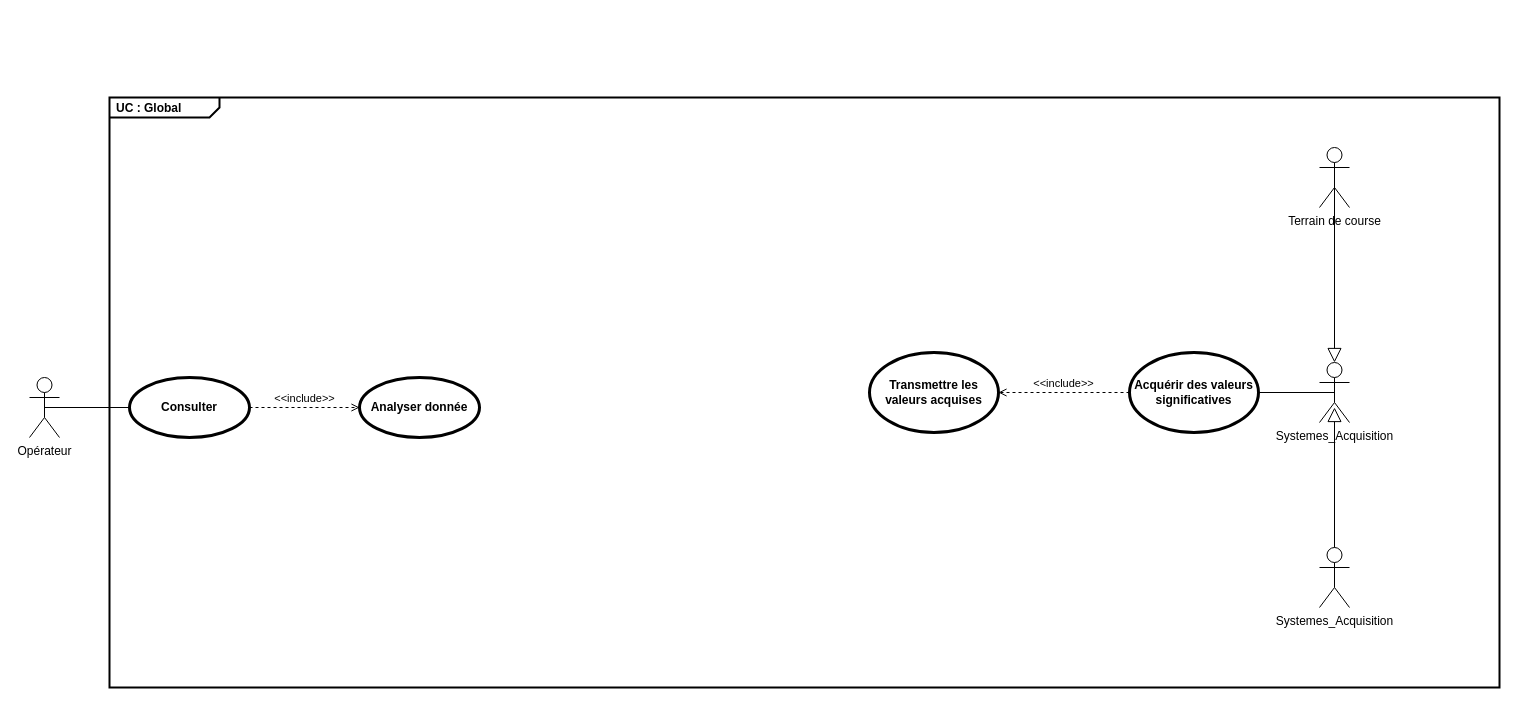
The draw.io diagram SYSML/UseCase/D-UC_General-F1.drawio in ToGen49/Hippodrome, before the edit. Source tidied: cells renumbered, new cells numbered last; positions are measured from the earlier drawing's top-left corner, leaving out a move shared by most shapes. Both pictures are drawn from the tidied source at 100%, with x=0, y=0 at pixel (29, 97).
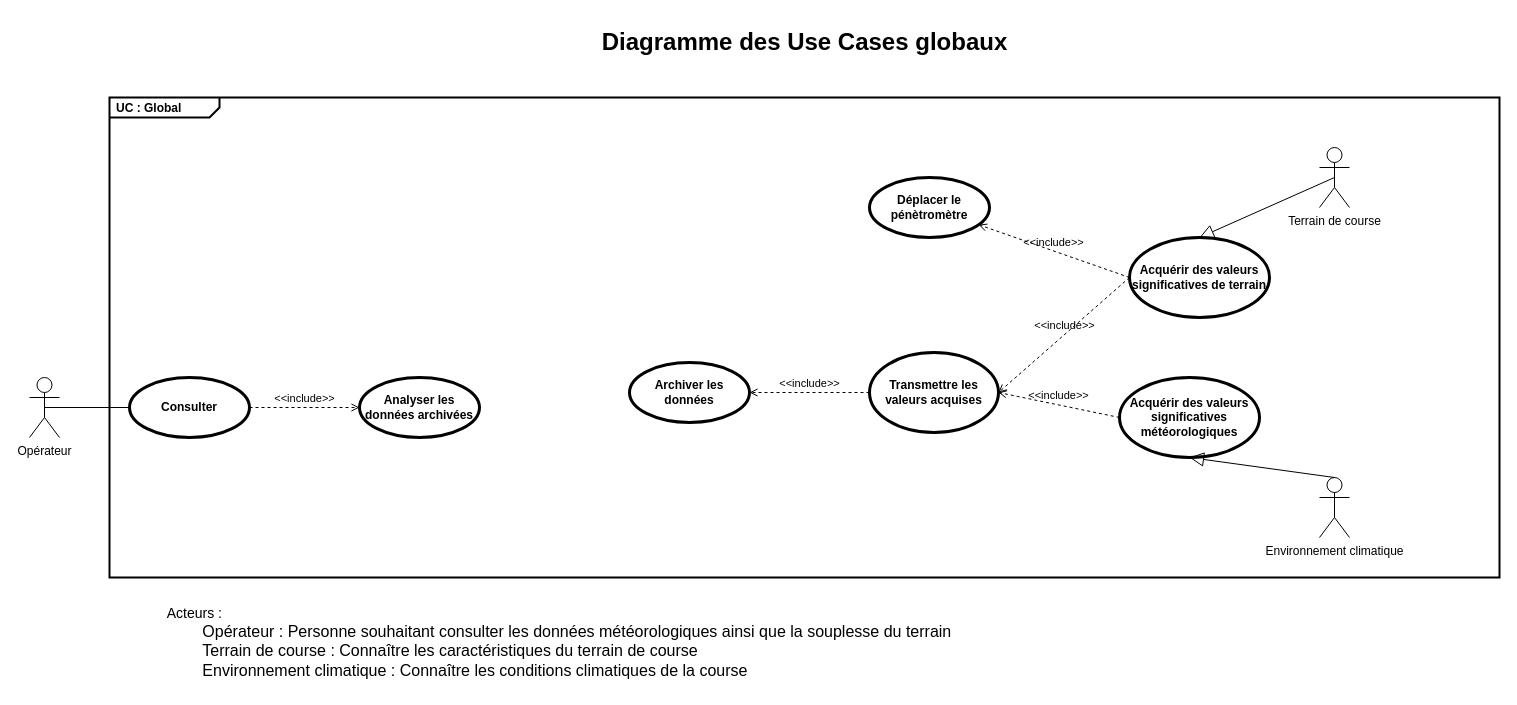
Above is the later version.

Commit message (it also covers changes not shown here):
Mettre à jour D-UC_General-F1.drawio

Unchanged cells that the change refers to:
```xml
<mxCell id="11" value="Terrain de course" style="shape=umlActor;html=1;verticalLabelPosition=bottom;verticalAlign=top;align=center;" parent="1" vertex="1">
  <mxGeometry x="1290" y="50" width="30" height="60" as="geometry" />
</mxCell>
<mxCell id="15" value="Transmettre les valeurs acquises" style="shape=ellipse;html=1;strokeWidth=3;fontStyle=1;whiteSpace=wrap;align=center;perimeter=ellipsePerimeter;" parent="1" vertex="1">
  <mxGeometry x="840" y="255" width="129" height="80" as="geometry" />
</mxCell>
```

The edit, as a diff of the source:
```diff
@@
     <mxCell id="2" value="&lt;p style=&quot;margin:0px;margin-top:4px;margin-left:7px;text-align:left;&quot;&gt;&lt;b&gt;UC : Global&lt;/b&gt;&lt;/p&gt;" style="html=1;shape=mxgraph.sysml.package;overflow=fill;labelX=110;strokeWidth=2;align=center;" parent="1" vertex="1">
-      <mxGeometry x="80" width="1390" height="590" as="geometry" />
+      <mxGeometry x="80" width="1390" height="480" as="geometry" />
     </mxCell>
@@
-    <mxCell id="6" value="Analyser donnée" style="shape=ellipse;html=1;strokeWidth=3;fontStyle=1;whiteSpace=wrap;align=center;perimeter=ellipsePerimeter;" parent="1" vertex="1">
+    <mxCell id="6" value="Analyser les données archivées" style="shape=ellipse;html=1;strokeWidth=3;fontStyle=1;whiteSpace=wrap;align=center;perimeter=ellipsePerimeter;" parent="1" vertex="1">
       <mxGeometry x="330" y="280" width="120" height="60" as="geometry" />
     </mxCell>
@@
-    <mxCell id="8" value="Systemes_Acquisition" style="shape=umlActor;html=1;verticalLabelPosition=bottom;verticalAlign=top;align=center;" parent="1" vertex="1">
-      <mxGeometry x="1290" y="265" width="30" height="60" as="geometry" />
-    </mxCell>
-    <mxCell id="9" value="Acquérir des valeurs significatives" style="shape=ellipse;html=1;strokeWidth=3;fontStyle=1;whiteSpace=wrap;align=center;perimeter=ellipsePerimeter;" parent="1" vertex="1">
-      <mxGeometry x="1100" y="255" width="129" height="80" as="geometry" />
+    <mxCell id="9" value="Acquérir des valeurs significatives météorologiques" style="shape=ellipse;html=1;strokeWidth=3;fontStyle=1;whiteSpace=wrap;align=center;perimeter=ellipsePerimeter;" parent="1" vertex="1">
+      <mxGeometry x="1090" y="280" width="140" height="80" as="geometry" />
     </mxCell>
-    <mxCell id="10" value="Systemes_Acquisition" style="shape=umlActor;html=1;verticalLabelPosition=bottom;verticalAlign=top;align=center;" parent="1" vertex="1">
-      <mxGeometry x="1290" y="450" width="30" height="60" as="geometry" />
+    <mxCell id="10" value="Environnement climatique" style="shape=umlActor;html=1;verticalLabelPosition=bottom;verticalAlign=top;align=center;" parent="1" vertex="1">
+      <mxGeometry x="1290" y="380" width="30" height="60" as="geometry" />
     </mxCell>
@@
-    <mxCell id="12" style="edgeStyle=none;html=1;endArrow=block;endFill=0;endSize=12;verticalAlign=bottom;rounded=0;entryX=0.5;entryY=0;entryDx=0;entryDy=0;entryPerimeter=0;exitX=0.5;exitY=0.5;exitDx=0;exitDy=0;exitPerimeter=0;" parent="1" edge="1" source="11" target="8">
+    <mxCell id="12" style="edgeStyle=none;html=1;endArrow=block;endFill=0;endSize=12;verticalAlign=bottom;rounded=0;entryX=0.5;entryY=0;entryDx=0;entryDy=0;exitX=0.5;exitY=0.5;exitDx=0;exitDy=0;exitPerimeter=0;" parent="1" edge="1" source="11" target="19">
       <mxGeometry relative="1" as="geometry" />
     </mxCell>
-    <mxCell id="13" style="edgeStyle=none;html=1;endArrow=block;endFill=0;endSize=12;verticalAlign=bottom;rounded=0;entryX=0.5;entryY=0.75;entryDx=0;entryDy=0;entryPerimeter=0;exitX=0.5;exitY=0;exitDx=0;exitDy=0;exitPerimeter=0;" parent="1" edge="1" source="10" target="8">
+    <mxCell id="13" style="edgeStyle=none;html=1;endArrow=block;endFill=0;endSize=12;verticalAlign=bottom;rounded=0;entryX=0.5;entryY=1;entryDx=0;entryDy=0;exitX=0.5;exitY=0;exitDx=0;exitDy=0;exitPerimeter=0;" parent="1" edge="1" source="10" target="9">
       <mxGeometry relative="1" as="geometry" />
     </mxCell>
-    <mxCell id="14" style="edgeStyle=none;html=1;endArrow=none;verticalAlign=bottom;rounded=0;entryX=0.5;entryY=0.5;entryDx=0;entryDy=0;entryPerimeter=0;exitX=1;exitY=0.5;exitDx=0;exitDy=0;" parent="1" edge="1" source="9" target="8">
-      <mxGeometry relative="1" as="geometry" />
-    </mxCell>
@@
+    <mxCell id="17" value="Archiver les données" style="shape=ellipse;html=1;strokeWidth=3;fontStyle=1;whiteSpace=wrap;align=center;perimeter=ellipsePerimeter;" parent="1" vertex="1">
+      <mxGeometry x="600" y="265" width="120" height="60" as="geometry" />
+    </mxCell>
+    <mxCell id="18" value="&amp;lt;&amp;lt;include&amp;gt;&amp;gt;" style="edgeStyle=none;html=1;endArrow=open;verticalAlign=bottom;dashed=1;labelBackgroundColor=none;rounded=0;entryX=1;entryY=0.5;entryDx=0;entryDy=0;exitX=0;exitY=0.5;exitDx=0;exitDy=0;" parent="1" edge="1" source="15" target="17">
+      <mxGeometry relative="1" as="geometry" />
+    </mxCell>
+    <mxCell id="19" value="Acquérir des valeurs significatives de terrain" style="shape=ellipse;html=1;strokeWidth=3;fontStyle=1;whiteSpace=wrap;align=center;perimeter=ellipsePerimeter;" parent="1" vertex="1">
+      <mxGeometry x="1100" y="140" width="140" height="80" as="geometry" />
+    </mxCell>
+    <mxCell id="20" value="&amp;lt;&amp;lt;include&amp;gt;&amp;gt;" style="edgeStyle=none;html=1;endArrow=open;verticalAlign=bottom;dashed=1;labelBackgroundColor=none;rounded=0;entryX=1;entryY=0.5;entryDx=0;entryDy=0;exitX=0;exitY=0.5;exitDx=0;exitDy=0;" parent="1" edge="1" source="19" target="15">
+      <mxGeometry relative="1" as="geometry" />
+    </mxCell>
+    <mxCell id="21" value="&amp;lt;&amp;lt;include&amp;gt;&amp;gt;" style="edgeStyle=none;html=1;endArrow=open;verticalAlign=bottom;dashed=1;labelBackgroundColor=none;rounded=0;exitX=0;exitY=0.5;exitDx=0;exitDy=0;" parent="1" edge="1" source="19" target="22">
+      <mxGeometry relative="1" as="geometry" />
+    </mxCell>
+    <mxCell id="22" value="Déplacer le pénètromètre" style="shape=ellipse;html=1;strokeWidth=3;fontStyle=1;whiteSpace=wrap;align=center;perimeter=ellipsePerimeter;" parent="1" vertex="1">
+      <mxGeometry x="840" y="80" width="120" height="60" as="geometry" />
+    </mxCell>
+    <mxCell id="23" value="&lt;font style=&quot;font-size: 24px;&quot;&gt;&lt;b style=&quot;&quot;&gt;Diagramme des Use Cases globaux&lt;/b&gt;&lt;/font&gt;" style="text;html=1;align=center;verticalAlign=middle;whiteSpace=wrap;rounded=0;" parent="1" vertex="1">
+      <mxGeometry x="563.8" y="-80" width="422.5" height="50" as="geometry" />
+    </mxCell>
+    <mxCell id="24" value="&lt;div style=&quot;text-align: left;&quot;&gt;&lt;span style=&quot;background-color: transparent; color: light-dark(rgb(0, 0, 0), rgb(255, 255, 255));&quot;&gt;&lt;font style=&quot;font-size: 14px;&quot;&gt;Acteurs :&lt;/font&gt;&lt;/span&gt;&lt;/div&gt;&lt;div style=&quot;text-align: left;&quot;&gt;&lt;font size=&quot;3&quot;&gt;&lt;span style=&quot;white-space: pre;&quot;&gt;&#9;&lt;/span&gt;Opérateur : Personne souhaitant consulter les données météorologiques ainsi que la souplesse du terrain&lt;/font&gt;&lt;br&gt;&lt;/div&gt;&lt;div style=&quot;text-align: left;&quot;&gt;&lt;font size=&quot;3&quot;&gt;&lt;span style=&quot;white-space: pre;&quot;&gt;&#9;&lt;/span&gt;Terrain de course : Connaître les caractéristiques du terrain de course&lt;/font&gt;&lt;/div&gt;&lt;div style=&quot;text-align: left;&quot;&gt;&lt;font size=&quot;3&quot;&gt;&lt;span style=&quot;white-space: pre;&quot;&gt;&#9;&lt;/span&gt;Environnement climatique : Connaître les conditions climatiques de la course&lt;br&gt;&lt;/font&gt;&lt;/div&gt;" style="text;html=1;align=center;verticalAlign=middle;whiteSpace=wrap;rounded=0;" parent="1" vertex="1">
+      <mxGeometry x="120" y="500" width="820" height="90" as="geometry" />
+    </mxCell>
```
